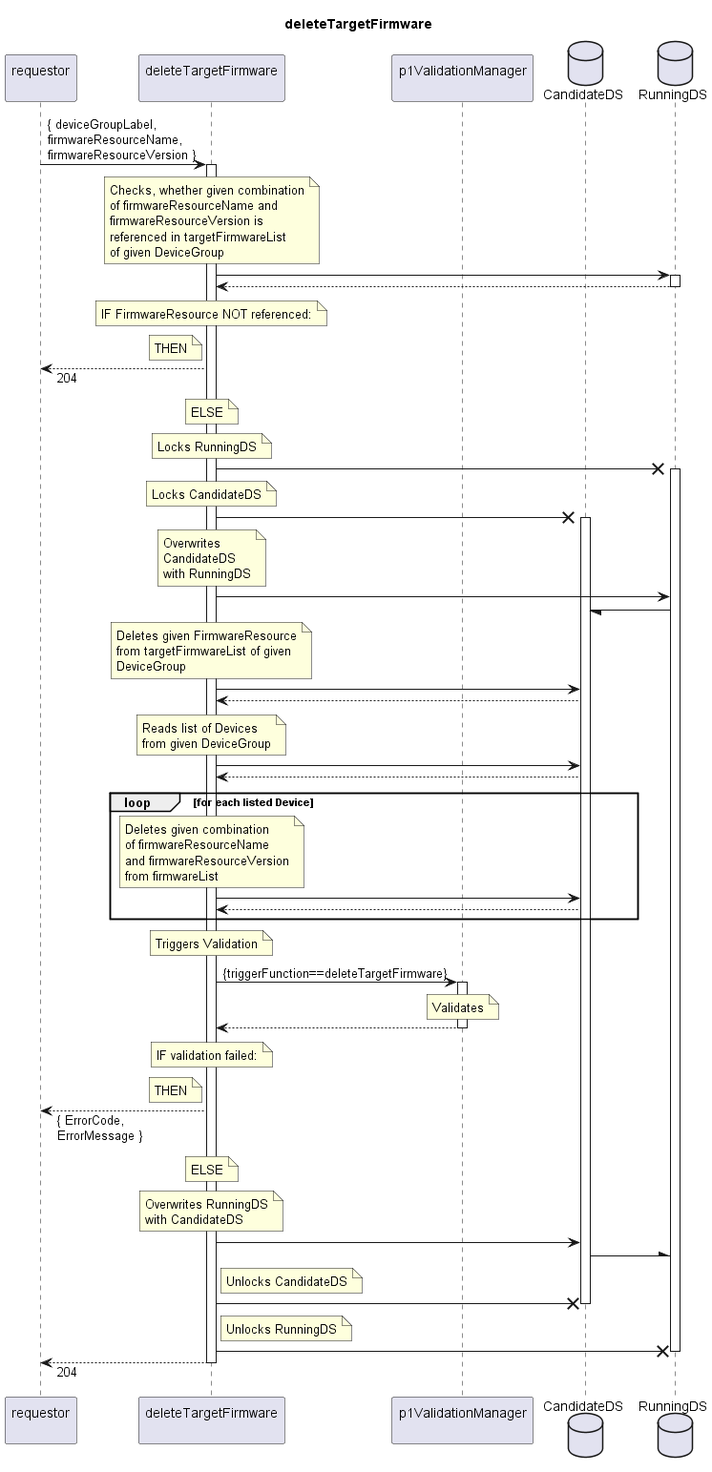
Earlier version of the PlantUML export spec/Services/deleteTargetFirmware/1.0.0/deleteTargetFirmware.png (openBackhaul/FirmWareManager).
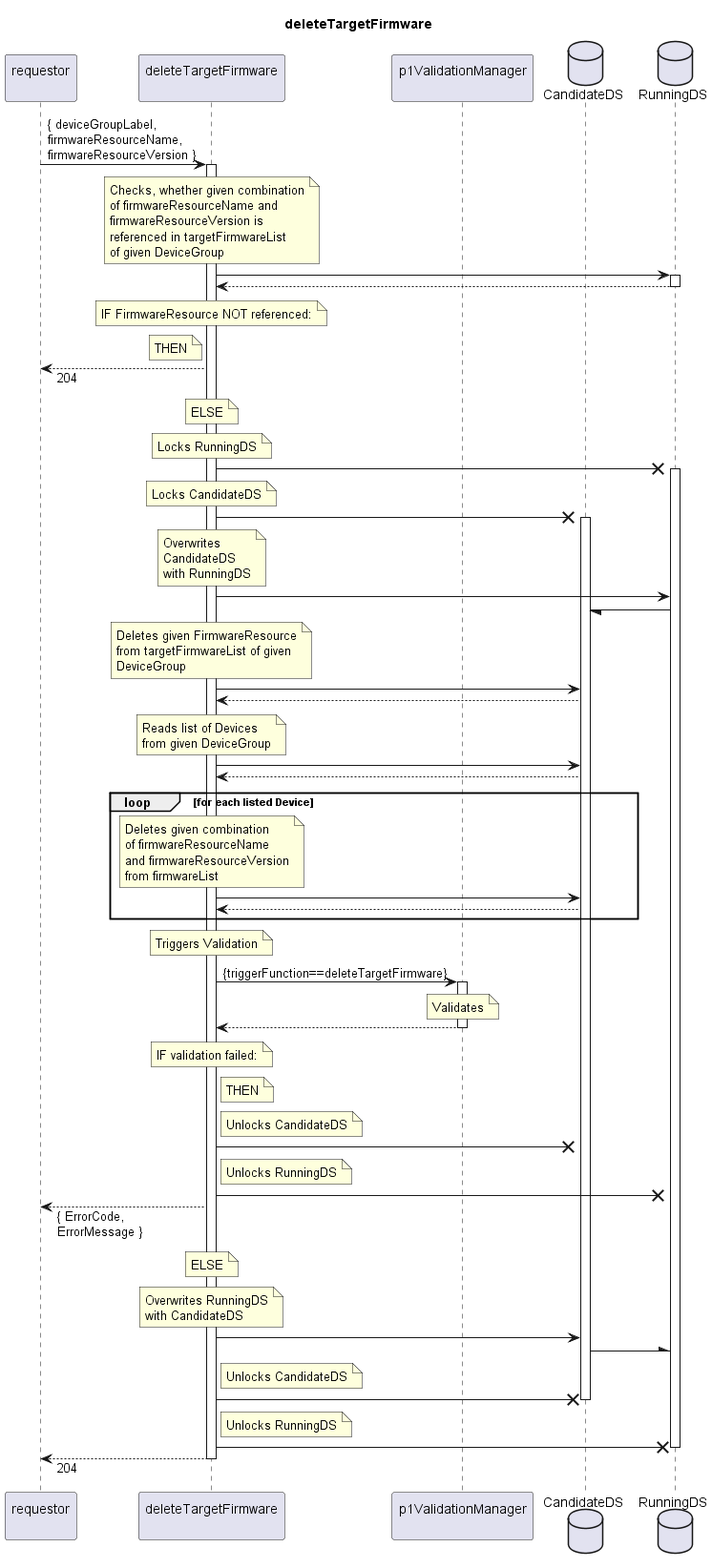
After the commit.

Change to the diagram source:
```diff
@@ -93,9 +93,17 @@
   note over indServ
     IF validation failed:
   end note
-  note left indServ
+  note right indServ
     THEN
   end note
+  note right indServ
+    Unlocks CandidateDS
+  end note
+  indServ -X CanDS
+  note right indServ
+    Unlocks RunningDS
+  end note
+  indServ -X RunDS
   requestor <-- indServ: { ErrorCode,\nErrorMessage }
   note over indServ
     ELSE
```
